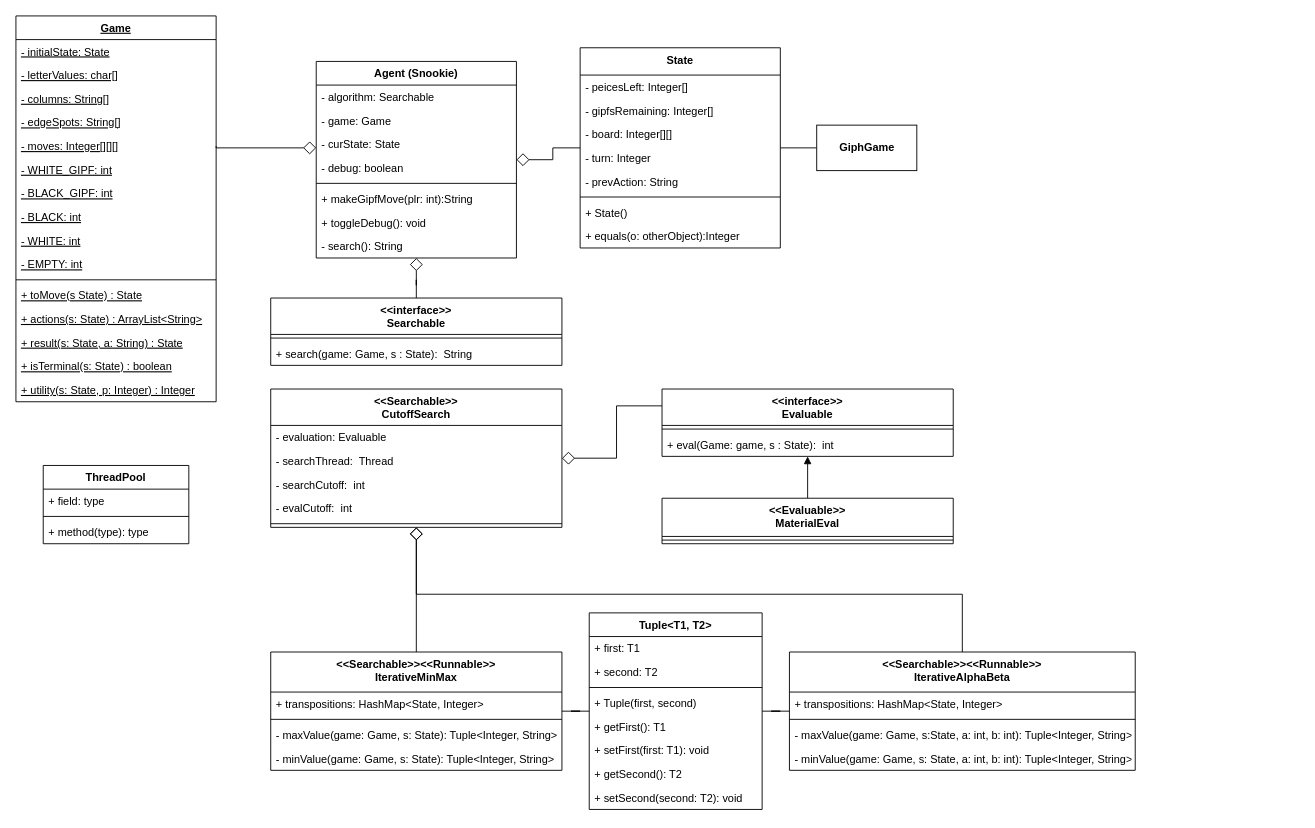
Before: diagrams/CSC3335_Project3.drawio in tone-man/tone-man-hancockcraveirocanfield_3335_project3, a draw.io diagram. Source tidied: cells renumbered, new cells numbered last; positions are measured from the earlier drawing's top-left corner, leaving out a move shared by most shapes. Both pictures are drawn from the tidied source at 91%, with x=0, y=0 at pixel (15, 15).
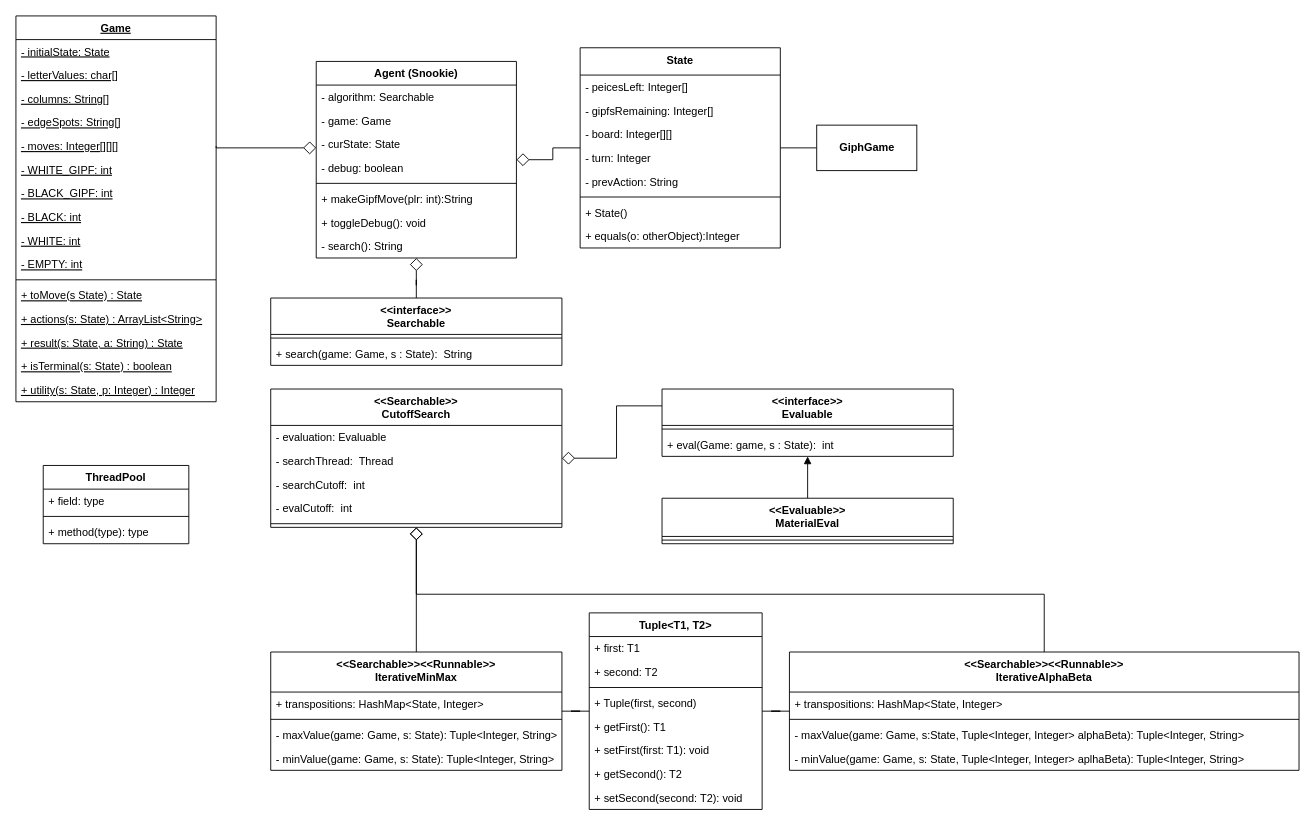
Above is the later version.

What changed in the source:
```diff
@@
     <mxCell id="36" value="&lt;&lt;Searchable&gt;&gt;&lt;&lt;Runnable&gt;&gt;&#10;IterativeAlphaBeta" style="swimlane;fontStyle=1;align=center;verticalAlign=top;horizontal=1;startSize=44;" parent="1" vertex="1">
-      <mxGeometry x="850" y="699" width="380" height="130" as="geometry" />
+      <mxGeometry x="850" y="699" width="560" height="130" as="geometry" />
     </mxCell>
     <mxCell id="37" value="+ transpositions: HashMap&lt;State, Integer&gt;" style="text;strokeColor=none;fillColor=none;align=left;verticalAlign=top;spacingLeft=4;spacingRight=4;overflow=hidden;" parent="36" vertex="1">
-      <mxGeometry y="44" width="380" height="26" as="geometry" />
+      <mxGeometry y="44" width="560" height="26" as="geometry" />
     </mxCell>
     <mxCell id="38" style="line;strokeWidth=1;fillColor=none;align=left;verticalAlign=middle;spacingTop=-1;spacingLeft=3;spacingRight=3;labelPosition=right;strokeColor=inherit;" parent="36" vertex="1">
-      <mxGeometry y="70" width="380" height="8" as="geometry" />
+      <mxGeometry y="70" width="560" height="8" as="geometry" />
     </mxCell>
-    <mxCell id="39" value="- maxValue(game: Game, s:State, a: int, b: int): Tuple&lt;Integer, String&gt;" style="text;strokeColor=none;fillColor=none;align=left;verticalAlign=top;spacingLeft=4;spacingRight=4;overflow=hidden;" parent="36" vertex="1">
-      <mxGeometry y="78" width="380" height="26" as="geometry" />
+    <mxCell id="39" value="- maxValue(game: Game, s:State, Tuple&lt;Integer, Integer&gt; alphaBeta): Tuple&lt;Integer, String&gt;" style="text;strokeColor=none;fillColor=none;align=left;verticalAlign=top;spacingLeft=4;spacingRight=4;overflow=hidden;" parent="36" vertex="1">
+      <mxGeometry y="78" width="560" height="26" as="geometry" />
     </mxCell>
-    <mxCell id="40" value="- minValue(game: Game, s: State, a: int, b: int): Tuple&lt;Integer, String&gt; " style="text;strokeColor=none;fillColor=none;align=left;verticalAlign=top;spacingLeft=4;spacingRight=4;overflow=hidden;" parent="36" vertex="1">
-      <mxGeometry y="104" width="380" height="26" as="geometry" />
+    <mxCell id="40" value="- minValue(game: Game, s: State, Tuple&lt;Integer, Integer&gt; aplhaBeta): Tuple&lt;Integer, String&gt; " style="text;strokeColor=none;fillColor=none;align=left;verticalAlign=top;spacingLeft=4;spacingRight=4;overflow=hidden;" parent="36" vertex="1">
+      <mxGeometry y="104" width="560" height="26" as="geometry" />
     </mxCell>
```
